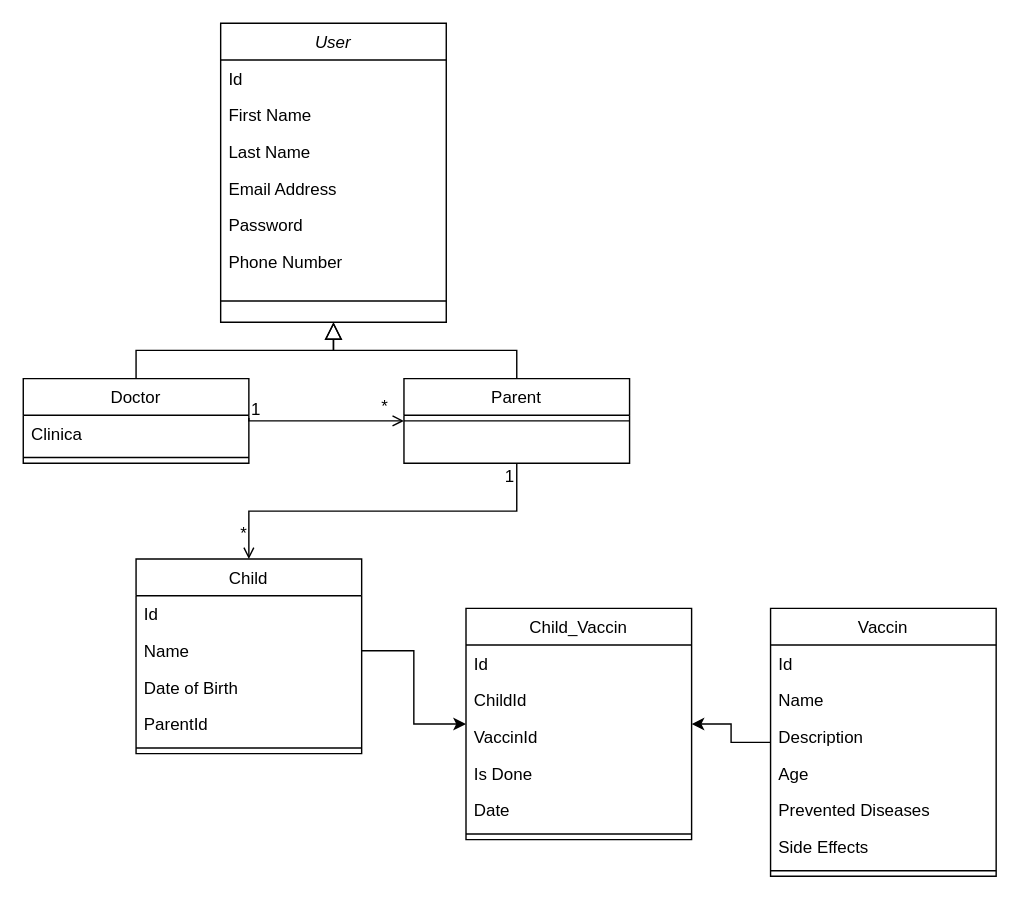
Before: Backend/db_diagram.drawio in Ionut-Frisan/medhack, a draw.io diagram. Source tidied: cells renumbered, new cells numbered last; positions are measured from the earlier drawing's top-left corner, leaving out a move shared by most shapes. Both pictures are drawn from the tidied source at 141%, with x=0, y=0 at pixel (23, 23).
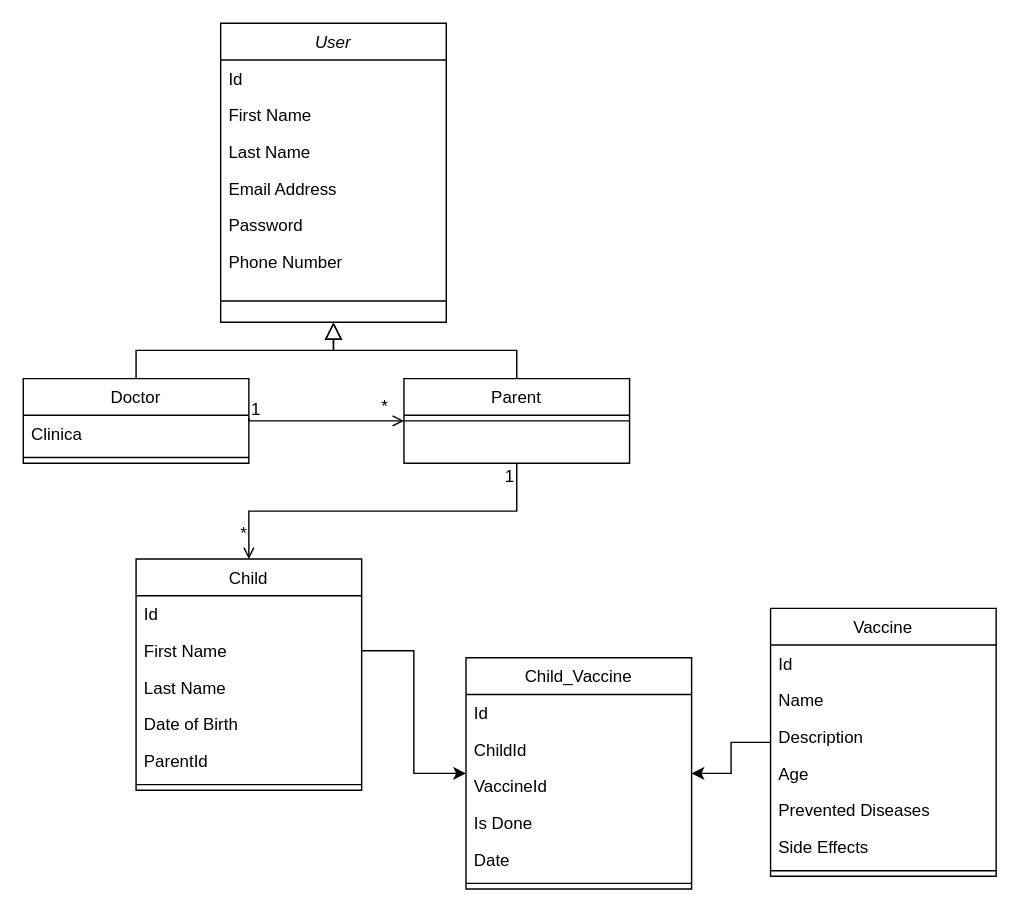
Above is the later version.

Change to the diagram source:
```diff
@@
     <mxCell id="17" value="Child" style="swimlane;fontStyle=0;align=center;verticalAlign=top;horizontal=1;startSize=26;rounded=0;shadow=0;strokeWidth=1;" parent="1" vertex="1">
-      <mxGeometry x="80" y="380" width="160" height="138" as="geometry" />
+      <mxGeometry x="80" y="380" width="160" height="164" as="geometry" />
     </mxCell>
@@
-    <mxCell id="19" value="Name" style="text;align=left;verticalAlign=top;spacingLeft=4;spacingRight=4;overflow=hidden;points=[[0,0.5],[1,0.5]];portConstraint=eastwest;" parent="17" vertex="1">
+    <mxCell id="19" value="First Name" style="text;align=left;verticalAlign=top;spacingLeft=4;spacingRight=4;overflow=hidden;points=[[0,0.5],[1,0.5]];portConstraint=eastwest;" parent="17" vertex="1">
       <mxGeometry y="52" width="160" height="26" as="geometry" />
     </mxCell>
+    <mxCell id="46" value="Last Name" style="text;align=left;verticalAlign=top;spacingLeft=4;spacingRight=4;overflow=hidden;" parent="17" vertex="1">
+      <mxGeometry y="78" width="160" height="26" as="geometry" />
+    </mxCell>
     <mxCell id="20" value="Date of Birth" style="text;align=left;verticalAlign=top;spacingLeft=4;spacingRight=4;overflow=hidden;" parent="17" vertex="1">
-      <mxGeometry y="78" width="160" height="26" as="geometry" />
+      <mxGeometry y="104" width="160" height="26" as="geometry" />
     </mxCell>
     <mxCell id="21" value="ParentId" style="text;align=left;verticalAlign=top;spacingLeft=4;spacingRight=4;overflow=hidden;" parent="17" vertex="1">
-      <mxGeometry y="104" width="160" height="26" as="geometry" />
+      <mxGeometry y="130" width="160" height="26" as="geometry" />
     </mxCell>
     <mxCell id="22" style="line;html=1;strokeWidth=1;align=left;verticalAlign=middle;spacingTop=-1;spacingLeft=3;spacingRight=3;labelPosition=right;" parent="17" vertex="1">
-      <mxGeometry y="130" width="160" height="8" as="geometry" />
+      <mxGeometry y="156" width="160" height="8" as="geometry" />
     </mxCell>
@@
-    <mxCell id="27" value="Vaccin" style="swimlane;fontStyle=0;align=center;verticalAlign=top;horizontal=1;startSize=26;rounded=0;shadow=0;strokeWidth=1;" parent="1" vertex="1">
+    <mxCell id="27" value="Vaccine" style="swimlane;fontStyle=0;align=center;verticalAlign=top;horizontal=1;startSize=26;rounded=0;shadow=0;strokeWidth=1;" parent="1" vertex="1">
       <mxGeometry x="530" y="415" width="160" height="190" as="geometry" />
     </mxCell>
@@
-    <mxCell id="35" value="Child_Vaccin" style="swimlane;fontStyle=0;align=center;verticalAlign=top;horizontal=1;startSize=26;rounded=0;shadow=0;strokeWidth=1;" parent="1" vertex="1">
-      <mxGeometry x="314" y="415" width="160" height="164" as="geometry" />
+    <mxCell id="35" value="Child_Vaccine" style="swimlane;fontStyle=0;align=center;verticalAlign=top;horizontal=1;startSize=26;rounded=0;shadow=0;strokeWidth=1;" parent="1" vertex="1">
+      <mxGeometry x="314" y="450" width="160" height="164" as="geometry" />
     </mxCell>
@@
-    <mxCell id="38" value="VaccinId&#10;" style="text;align=left;verticalAlign=top;spacingLeft=4;spacingRight=4;overflow=hidden;" parent="35" vertex="1">
+    <mxCell id="38" value="VaccineId&#10;" style="text;align=left;verticalAlign=top;spacingLeft=4;spacingRight=4;overflow=hidden;" parent="35" vertex="1">
       <mxGeometry y="78" width="160" height="26" as="geometry" />
     </mxCell>
```
